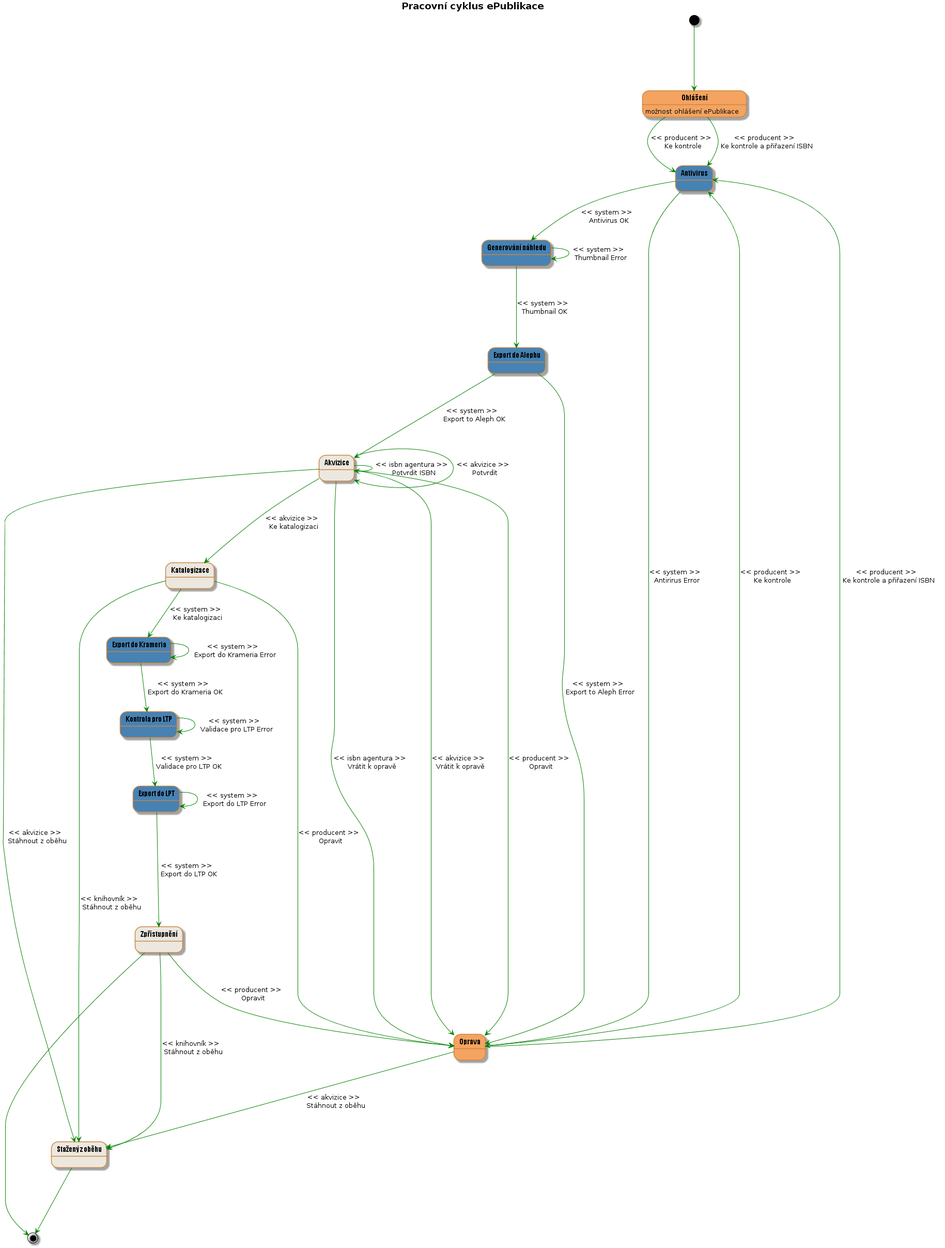
Earlier version of the PlantUML export docs/wf02.png (edeposit/edeposit.policy).
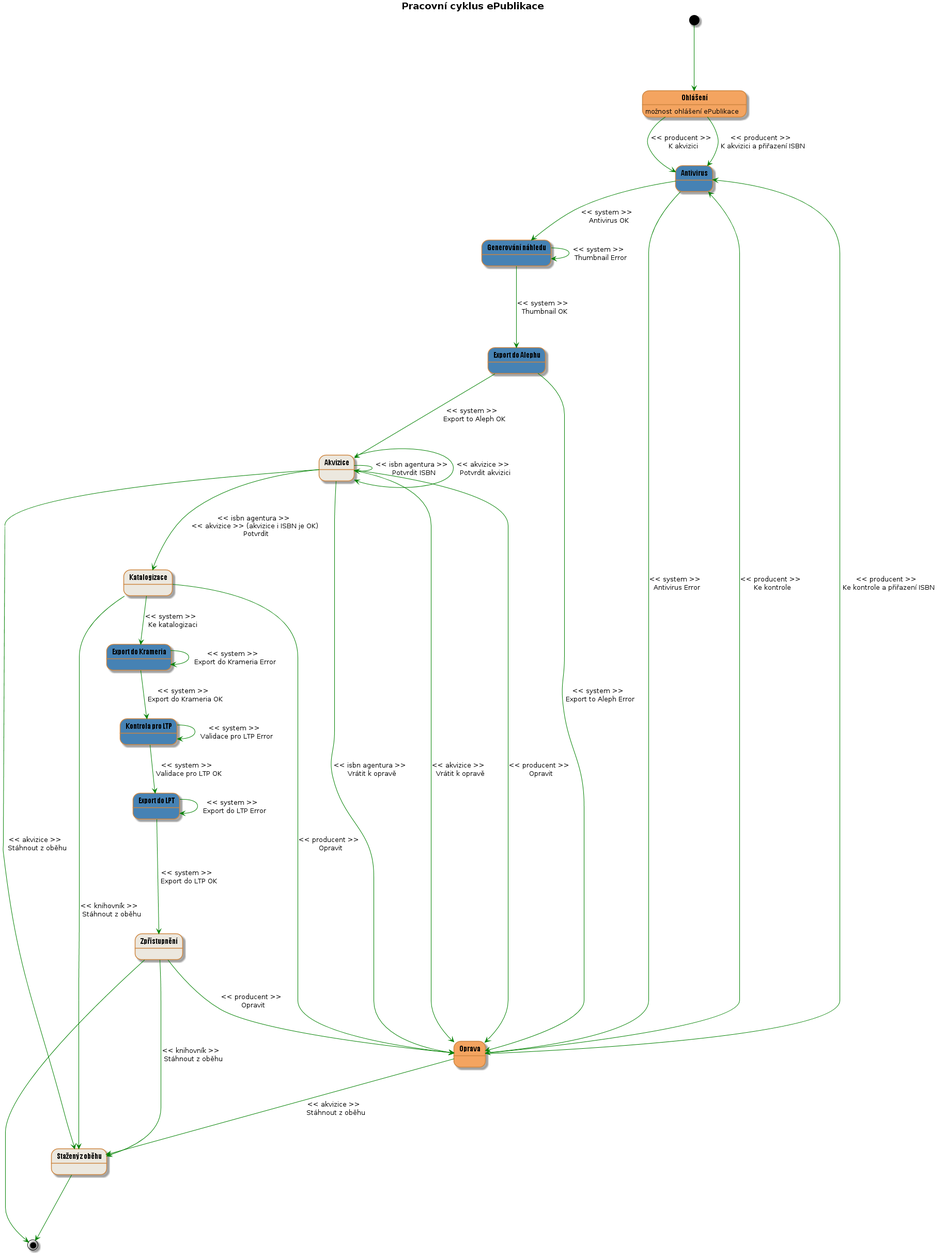
After the commit.

The edit, as a diff of the source:
```diff
@@ -29,11 +29,11 @@
 
 [*] ---> declaration
 
-declaration --> antivirus : << producent >> \n Ke kontrole
-declaration --> antivirus : << producent >> \n Ke kontrole a p?i?azení ISBN
+declaration --> antivirus : << producent >> \n K akvizici
+declaration --> antivirus : << producent >> \n K akvizici a p?i?azení ISBN
 
 antivirus --> thumbnailGenerating : << system >> \n Antivirus OK
-antivirus --> declarationWithError : << system >> \n Antirirus Error
+antivirus --> declarationWithError : << system >> \n Antivirus Error
 
 thumbnailGenerating ---> exportToAleph : << system >> \n Thumbnail OK
 thumbnailGenerating ---> thumbnailGenerating : << system >> \n Thumbnail Error
@@ -44,9 +44,9 @@
 acquisition ---> declarationWithError : << isbn agentura >> \n Vrátit k oprav?
 acquisition ---> declarationWithError : << akvizice >> \n Vrátit k oprav?
 acquisition ---> acquisition : << isbn agentura >> \n Potvrdit ISBN
-acquisition ---> acquisition : << akvizice >> \n Potvrdit
+acquisition ---> acquisition : << akvizice >> \n Potvrdit akvizici
+acquisition ---> catalogization : << isbn agentura >> \n << akvizice >> (akvizice i ISBN je OK) \n Potvrdit
 acquisition ---> declarationWithError : << producent >> \n Opravit
-acquisition ---> catalogization : << akvizice >> \n Ke katalogizaci
 acquisition ---> withdrawn : << akvizice >> \n Stáhnout z ob?hu
 
 declarationWithError ---> antivirus : << producent >> \n Ke kontrole
```
